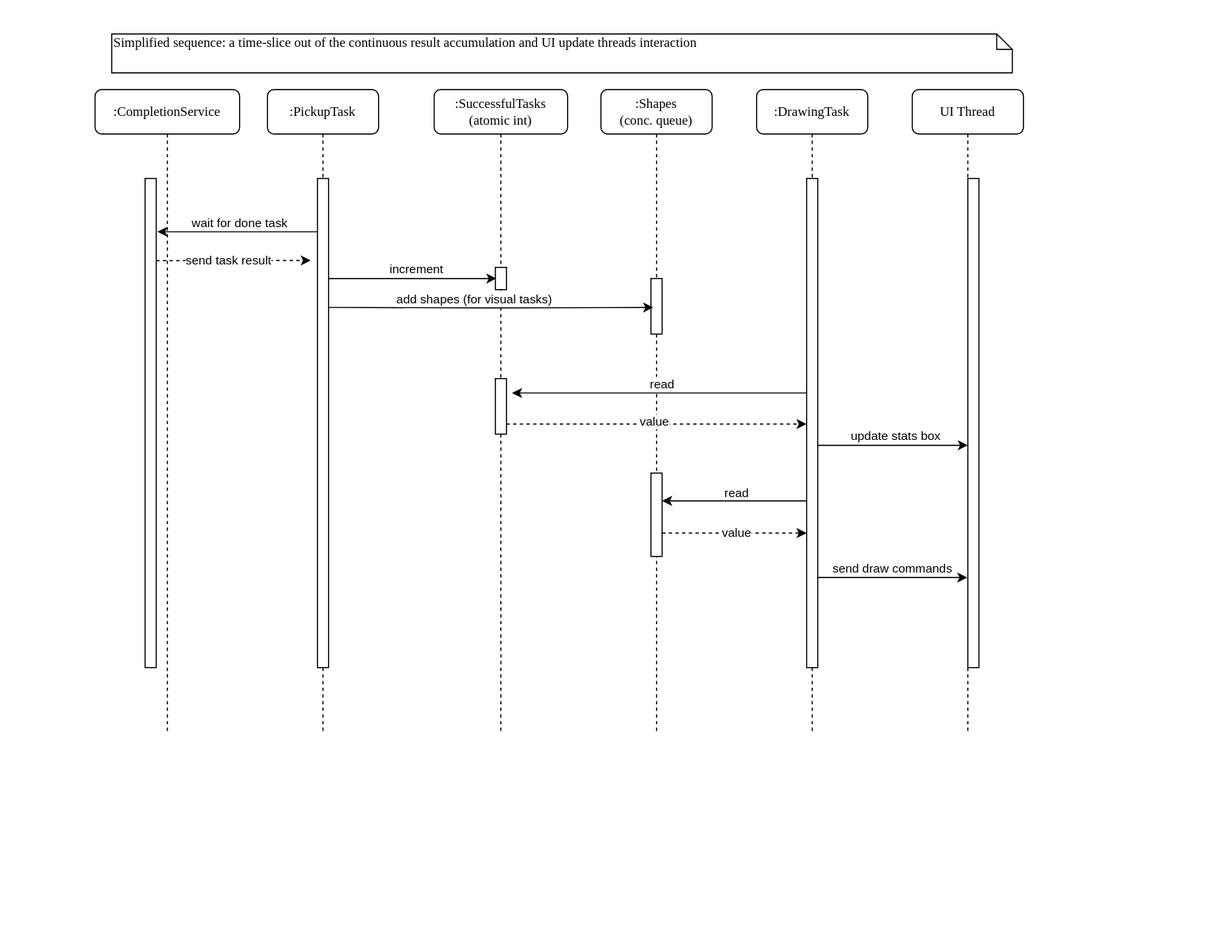
This is images/threadoff-result-handling.svg from cdonhofer/ThreadOff, a draw.io export, as it was before one commit. Source tidied: cells renumbered, new cells last; positions are measured from the earlier drawing's top-left corner, leaving out a move shared by most shapes.
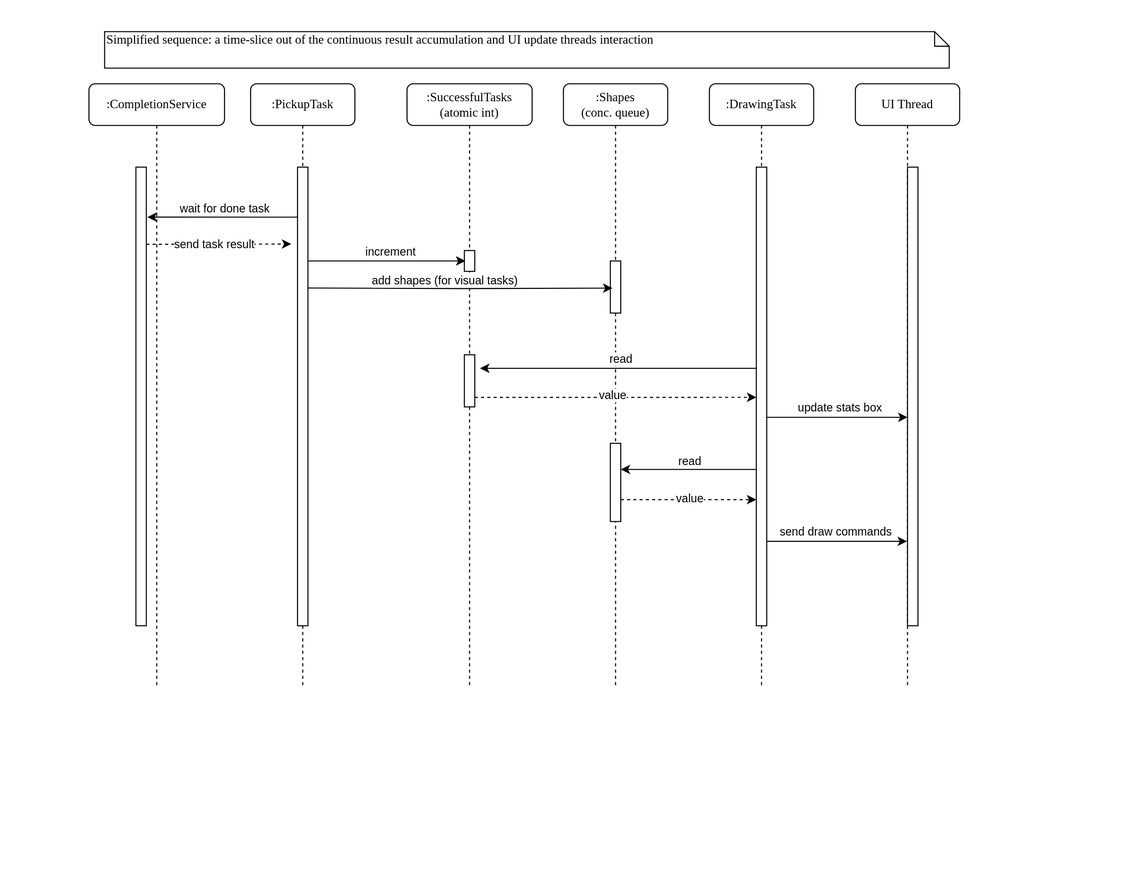
Later version of the same file.

The edit, as a diff of the source:
```diff
@@ -169,7 +169,7 @@
         </Array>
       </mxGeometry>
     </mxCell>
-    <mxCell id="36" value="increment" style="edgeLabel;html=1;align=center;verticalAlign=middle;" parent="35" vertex="1">
+    <mxCell id="36" value="increment" style="edgeLabel;html=1;align=center;verticalAlign=middle;arcSize=20;" parent="35" vertex="1">
       <mxGeometry x="0.03" y="-1" relative="1" as="geometry">
         <mxPoint y="-10" as="offset" />
       </mxGeometry>
```
